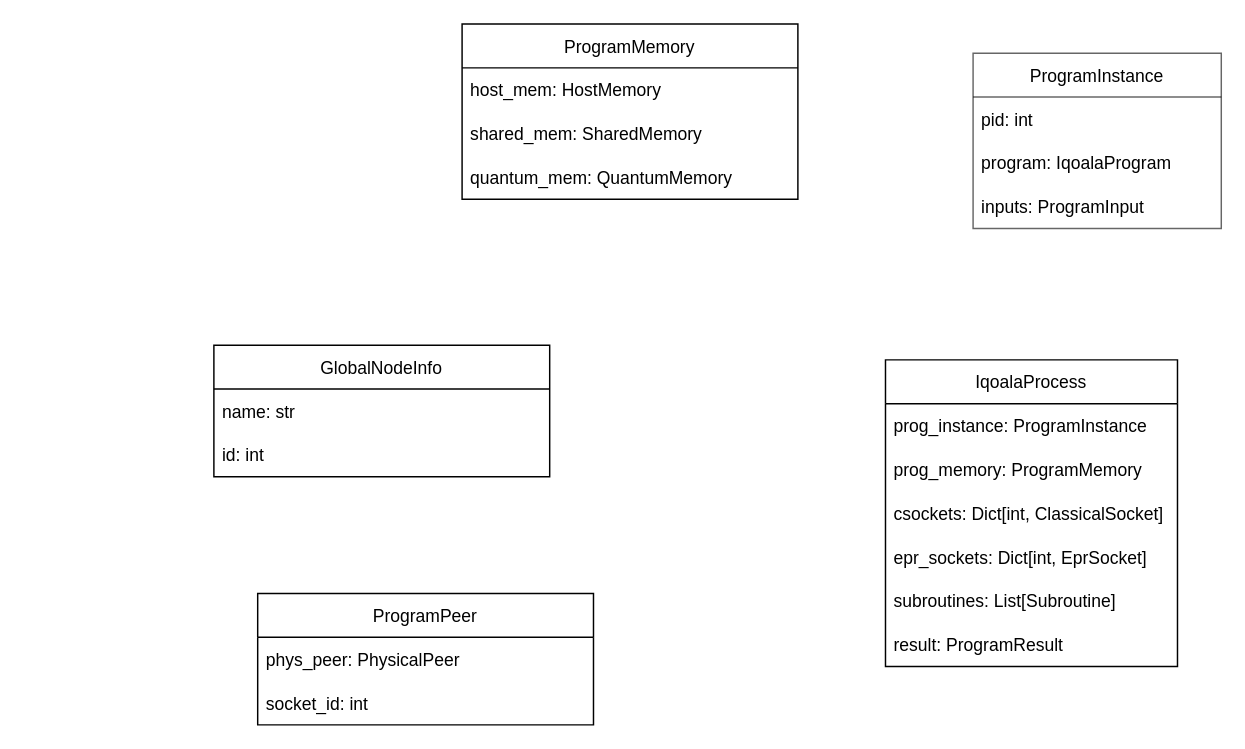
Earlier version of the draw.io diagram squidasm/qoala/arch/runtime_classes.drawio (QuTech-Delft/squidasm). Source tidied: cells renumbered, new cells numbered last; positions are measured from the earlier drawing's top-left corner, leaving out a move shared by most shapes. Both pictures are drawn from the tidied source at 146%, with x=0, y=0 at pixel (213, 23).
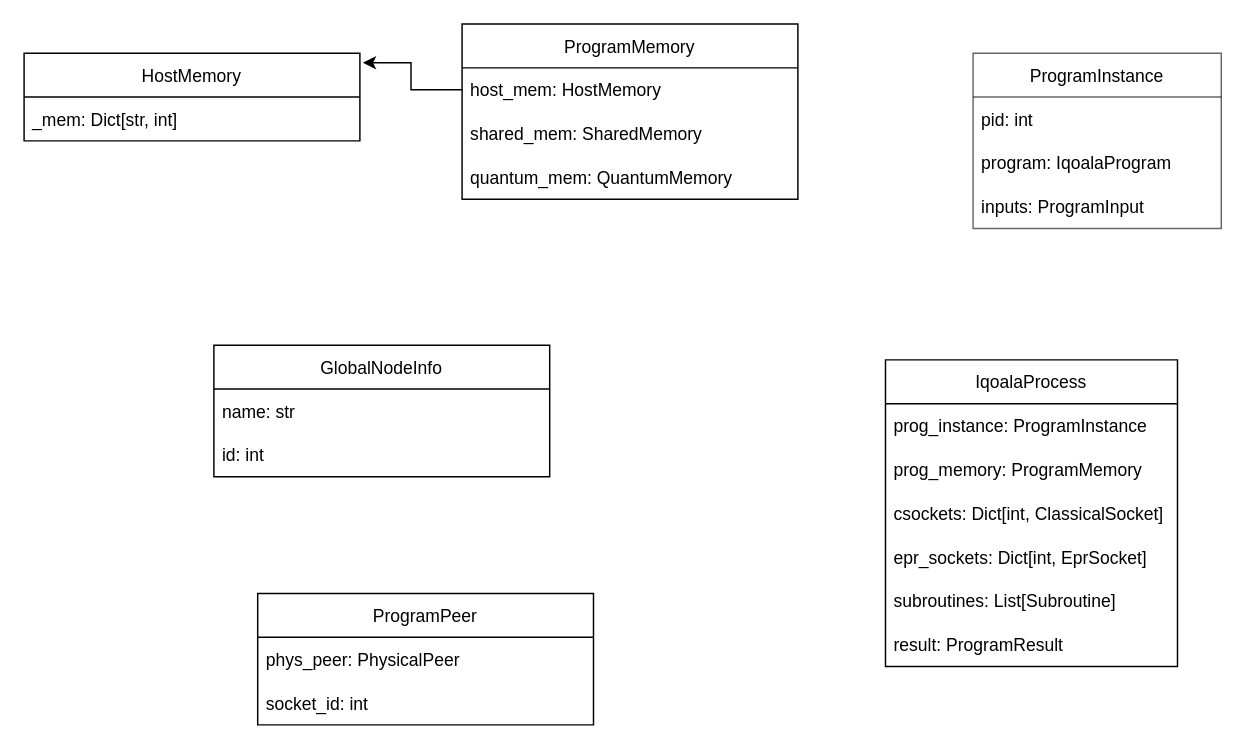
The same page after the edit.

The change refers to these unchanged cells:
```xml
<mxCell id="3" value="host_mem: HostMemory" style="text;strokeColor=none;fillColor=none;align=left;verticalAlign=middle;spacingLeft=4;spacingRight=4;overflow=hidden;points=[[0,0.5],[1,0.5]];portConstraint=eastwest;" parent="2" vertex="1">
  <mxGeometry y="30" width="230" height="30" as="geometry" />
</mxCell>
```

Diff of the diagram source:
```diff
@@
+    <mxCell id="23" value="HostMemory" style="swimlane;fontStyle=0;horizontal=1;startSize=30;fillStyle=auto;swimlaneFillColor=none;" parent="1" vertex="1">
+      <mxGeometry x="-130" y="20" width="230" height="60" as="geometry" />
+    </mxCell>
+    <mxCell id="24" value="_mem: Dict[str, int]" style="text;strokeColor=none;fillColor=none;align=left;verticalAlign=middle;spacingLeft=4;spacingRight=4;overflow=hidden;" parent="23" vertex="1">
+      <mxGeometry y="30" width="230" height="30" as="geometry" />
+    </mxCell>
+    <mxCell id="25" style="edgeStyle=orthogonalEdgeStyle;html=1;exitX=0;exitY=0.5;exitDx=0;exitDy=0;entryX=1.009;entryY=0.108;entryDx=0;entryDy=0;entryPerimeter=0;rounded=0;" parent="1" edge="1" source="3" target="23">
+      <mxGeometry relative="1" as="geometry" />
+    </mxCell>
```
